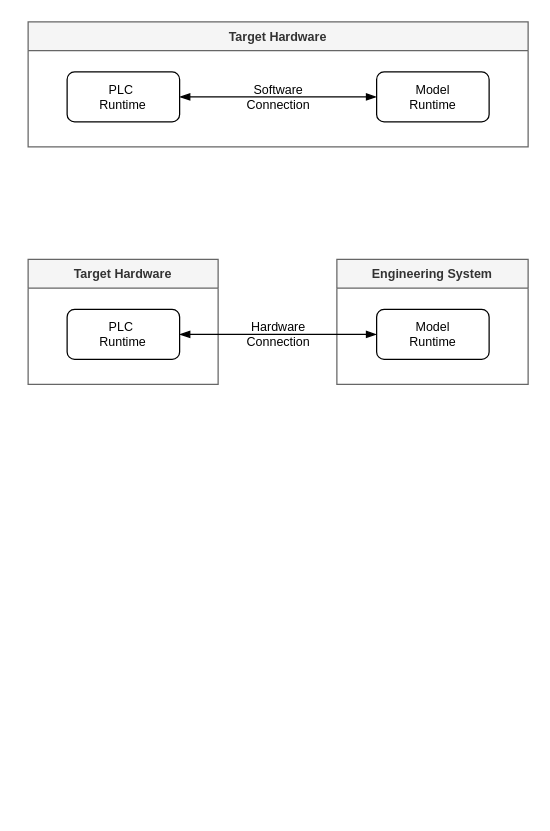
This is page "HilSilComparison" (1 of 11) of 0_Master Thesis/Bilder.drawio from gd8213/MasterThesis, a draw.io file, before an edit. Source tidied: cells renumbered, new cells numbered last; positions are measured from the earlier drawing's top-left corner, leaving out a move shared by most shapes. Both pictures are drawn from the tidied source at 125%, with x=0, y=0 at pixel (28, 21).
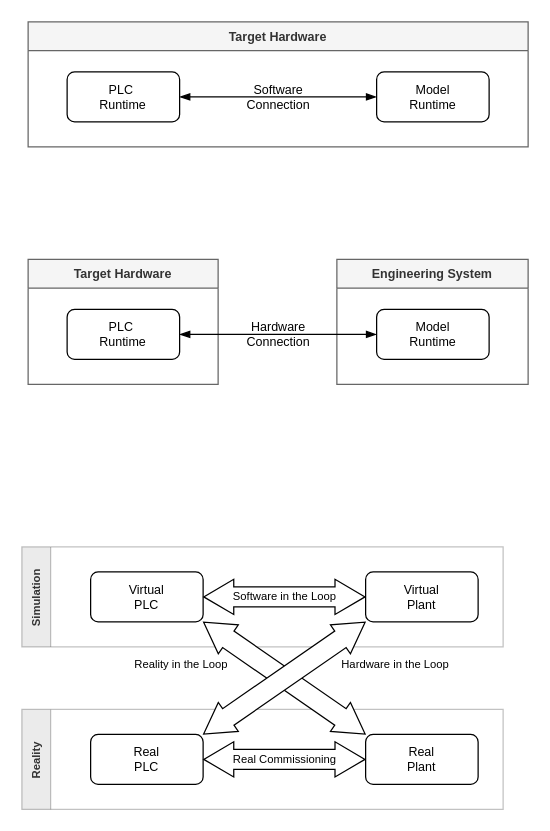
The same page after the edit.

Change to the diagram source:
```diff
@@
+    <mxCell id="11" value="Simulation" style="swimlane;horizontal=0;fontSize=9;strokeColor=#666666;strokeWidth=1;fillColor=#CCCCCC;opacity=40;fontColor=#333333;" parent="1" vertex="1">
+      <mxGeometry x="-5" y="420" width="385" height="80" as="geometry" />
+    </mxCell>
+    <mxCell id="12" value="Virtual&lt;br&gt;PLC" style="rounded=1;whiteSpace=wrap;html=1;align=center;fontSize=10;" parent="11" vertex="1">
+      <mxGeometry x="55" y="20" width="90" height="40" as="geometry" />
+    </mxCell>
+    <mxCell id="13" value="Virtual&lt;br&gt;Plant" style="rounded=1;whiteSpace=wrap;html=1;align=center;fontSize=10;" parent="11" vertex="1">
+      <mxGeometry x="275" y="20" width="90" height="40" as="geometry" />
+    </mxCell>
+    <mxCell id="14" value="Software in the Loop" style="shape=flexArrow;endArrow=classic;startArrow=classic;html=1;rounded=0;fontSize=9;strokeWidth=1;width=16;endSize=7.666666666666667;startSize=7.666666666666667;startWidth=11.111111111111112;endWidth=11.111111111111112;exitX=0;exitY=0.5;exitDx=0;exitDy=0;entryX=1;entryY=0.5;entryDx=0;entryDy=0;fillColor=default;horizontal=1;verticalAlign=middle;" parent="11" edge="1" source="13" target="12">
+      <mxGeometry relative="1" as="geometry" />
+    </mxCell>
+    <mxCell id="15" value="Reality" style="swimlane;horizontal=0;fontSize=9;strokeColor=#666666;strokeWidth=1;fillColor=#cccccc;opacity=40;fontColor=#333333;" parent="1" vertex="1">
+      <mxGeometry x="-5" y="550" width="385" height="80" as="geometry" />
+    </mxCell>
+    <mxCell id="16" value="Real&lt;br&gt;Plant" style="rounded=1;whiteSpace=wrap;html=1;align=center;fontSize=10;" parent="15" vertex="1">
+      <mxGeometry x="275" y="20" width="90" height="40" as="geometry" />
+    </mxCell>
+    <mxCell id="17" value="Real&lt;br&gt;PLC" style="rounded=1;whiteSpace=wrap;html=1;align=center;fontSize=10;" parent="15" vertex="1">
+      <mxGeometry x="55" y="20" width="90" height="40" as="geometry" />
+    </mxCell>
+    <mxCell id="18" value="Real Commissioning" style="shape=flexArrow;endArrow=classic;startArrow=classic;html=1;rounded=0;fontSize=9;strokeWidth=1;width=16;endSize=7.666666666666667;startSize=7.666666666666667;startWidth=11.111111111111112;endWidth=11.111111111111112;exitX=0;exitY=0.5;exitDx=0;exitDy=0;entryX=1;entryY=0.5;entryDx=0;entryDy=0;fillColor=default;horizontal=1;verticalAlign=middle;" parent="15" edge="1" source="16" target="17">
+      <mxGeometry relative="1" as="geometry" />
+    </mxCell>
+    <mxCell id="19" value="Reality in the Loop" style="shape=flexArrow;endArrow=classic;startArrow=classic;html=1;rounded=0;fontSize=9;strokeWidth=1;width=16;endSize=7.666666666666667;startSize=7.666666666666667;startWidth=11.111111111111112;endWidth=11.111111111111112;exitX=1;exitY=1;exitDx=0;exitDy=0;entryX=0;entryY=0;entryDx=0;entryDy=0;fillColor=default;horizontal=1;verticalAlign=middle;align=right;" parent="1" edge="1" source="12" target="16">
+      <mxGeometry x="-0.53" y="-16" relative="1" as="geometry" />
+    </mxCell>
+    <mxCell id="20" value="Hardware in the Loop" style="shape=flexArrow;endArrow=classic;startArrow=classic;html=1;rounded=0;fontSize=9;strokeWidth=1;width=16;endSize=7.666666666666667;startSize=7.666666666666667;startWidth=11.111111111111112;endWidth=11.111111111111112;exitX=0;exitY=1;exitDx=0;exitDy=0;entryX=1;entryY=0;entryDx=0;entryDy=0;fillColor=default;horizontal=1;verticalAlign=middle;align=left;" parent="1" edge="1" source="13" target="17">
+      <mxGeometry x="-0.53" y="16" relative="1" as="geometry" />
+    </mxCell>
```
